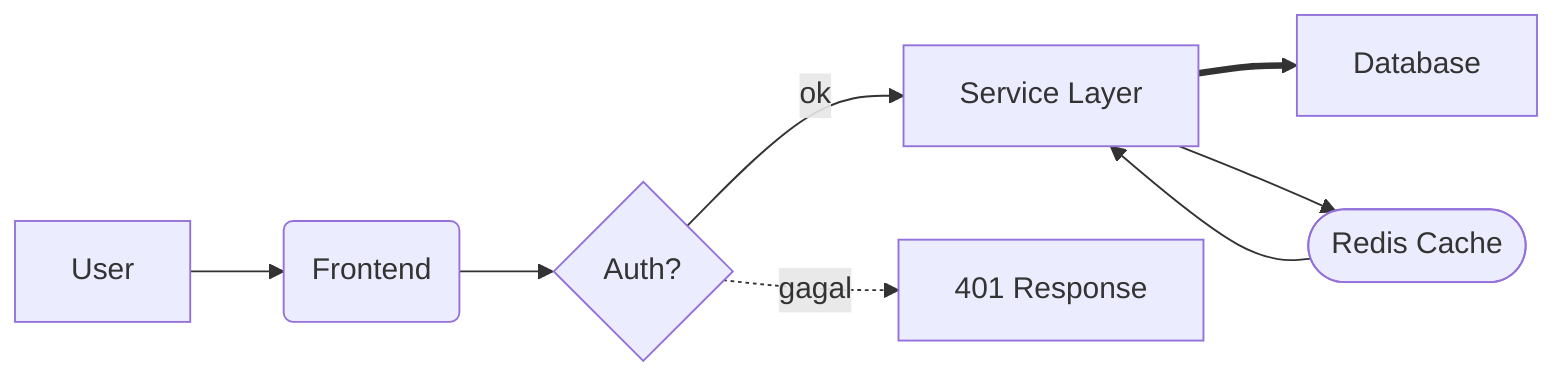
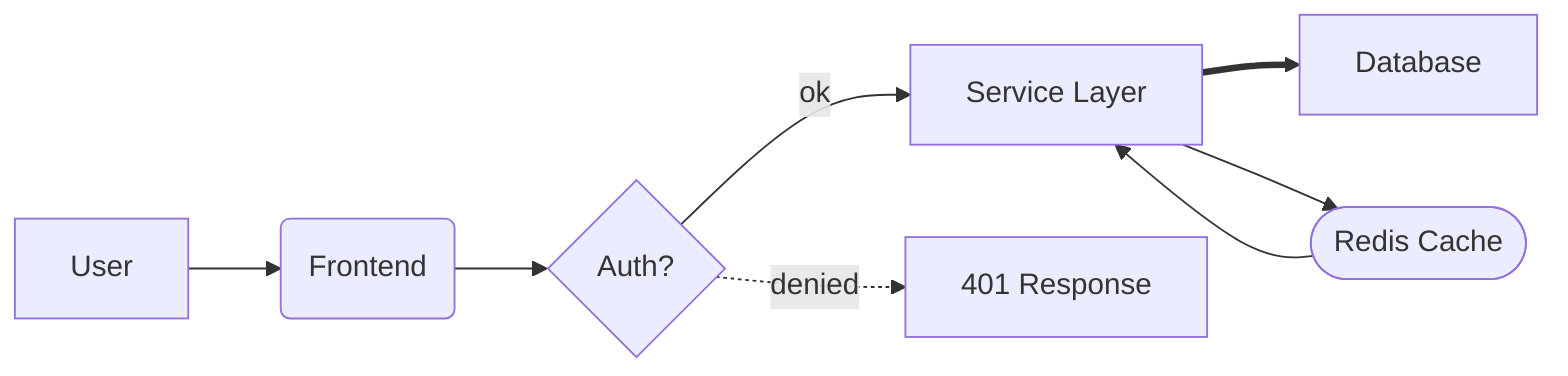
- %% Contoh arah kiri-ke-kanan dengan berbagai jenis garis
+ %% Example: left-to-right flow with the various line styles
flowchart LR
    U[User] --> FE(Frontend) --> API{Auth?}
    API -->|ok| SVC[Service Layer]
-     API -.->|gagal| ERR[401 Response]
+     API -.->|denied| ERR[401 Response]
    SVC ==> DB[Database]
    SVC --> CACHE([Redis Cache])
    CACHE --> SVC
